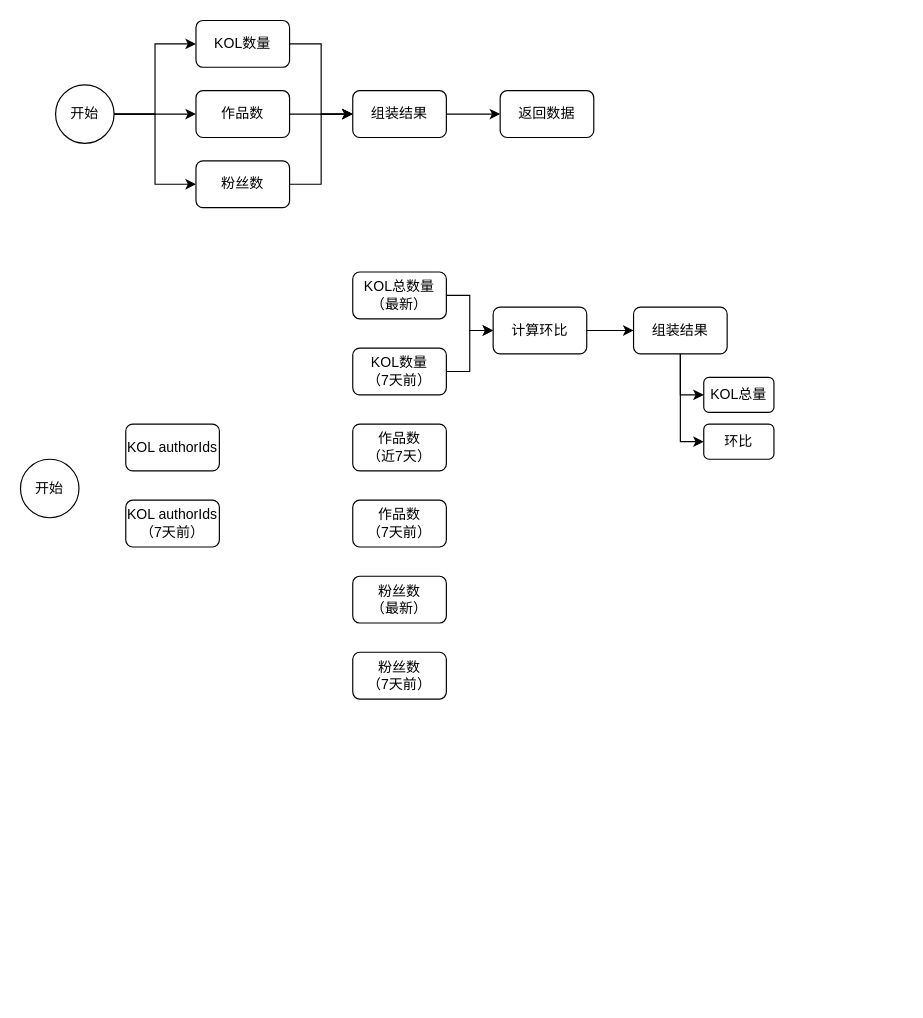
The draw.io diagram fsight-dag.drawio in zhufuyin/draw, before the edit. Source tidied: cells renumbered, new cells numbered last; positions are measured from the earlier drawing's top-left corner, leaving out a move shared by most shapes. Both pictures are drawn from the tidied source at 117%, with x=0, y=0 at pixel (20, 20).
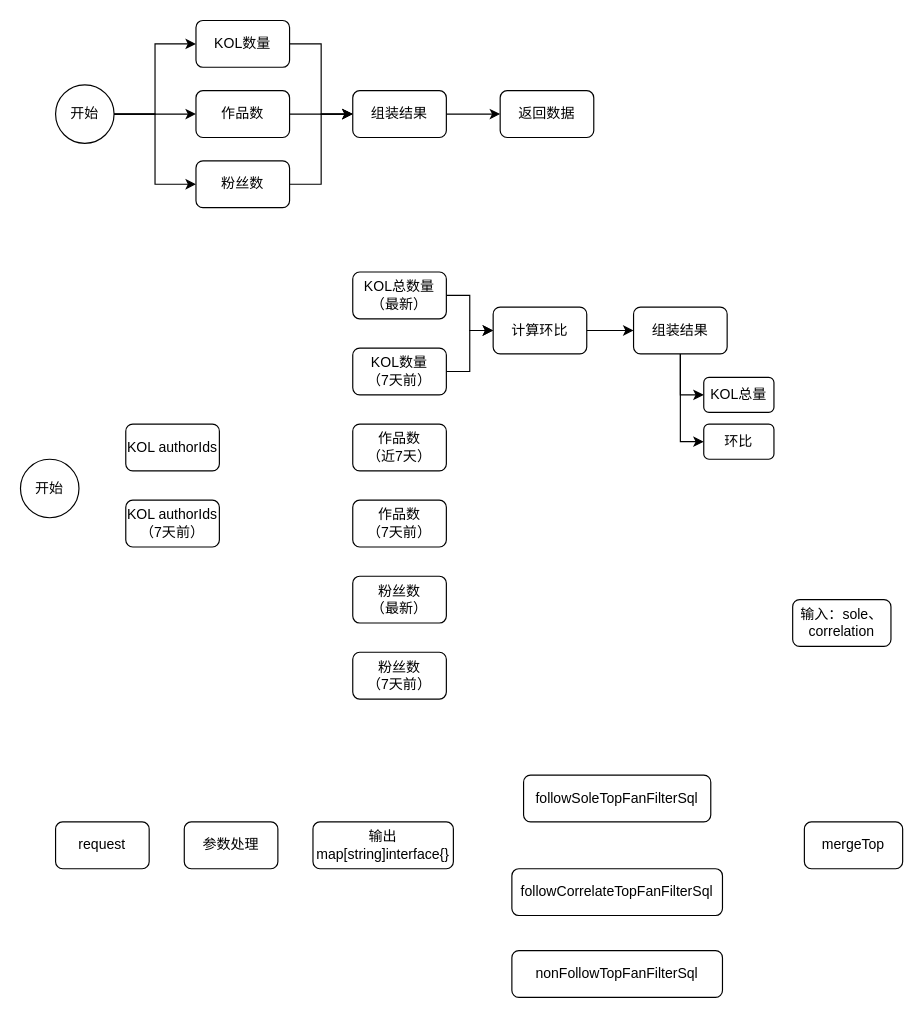
The same page after the edit.

Change to the diagram source:
```diff
@@
+    <mxCell id="33" value="request" style="rounded=1;whiteSpace=wrap;html=1;" parent="1" vertex="1">
+      <mxGeometry x="30" y="685" width="80" height="40" as="geometry" />
+    </mxCell>
+    <mxCell id="34" value="参数处理" style="rounded=1;whiteSpace=wrap;html=1;" parent="1" vertex="1">
+      <mxGeometry x="140" y="685" width="80" height="40" as="geometry" />
+    </mxCell>
+    <mxCell id="35" value="输出map[string]interface{}" style="rounded=1;whiteSpace=wrap;html=1;" parent="1" vertex="1">
+      <mxGeometry x="250" y="685" width="120" height="40" as="geometry" />
+    </mxCell>
+    <mxCell id="36" value="followSoleTopFanFilterSql" style="rounded=1;whiteSpace=wrap;html=1;" parent="1" vertex="1">
+      <mxGeometry x="430" y="645" width="160" height="40" as="geometry" />
+    </mxCell>
+    <mxCell id="37" value="followCorrelateTopFanFilterSql" style="rounded=1;whiteSpace=wrap;html=1;" parent="1" vertex="1">
+      <mxGeometry x="420" y="725" width="180" height="40" as="geometry" />
+    </mxCell>
+    <mxCell id="38" value="mergeTop" style="rounded=1;whiteSpace=wrap;html=1;" parent="1" vertex="1">
+      <mxGeometry x="670" y="685" width="84" height="40" as="geometry" />
+    </mxCell>
+    <mxCell id="39" value="输入：sole、correlation" style="rounded=1;whiteSpace=wrap;html=1;" parent="1" vertex="1">
+      <mxGeometry x="660" y="495" width="84" height="40" as="geometry" />
+    </mxCell>
+    <mxCell id="40" value="nonFollowTopFanFilterSql" style="rounded=1;whiteSpace=wrap;html=1;" parent="1" vertex="1">
+      <mxGeometry x="420" y="795" width="180" height="40" as="geometry" />
+    </mxCell>
```
